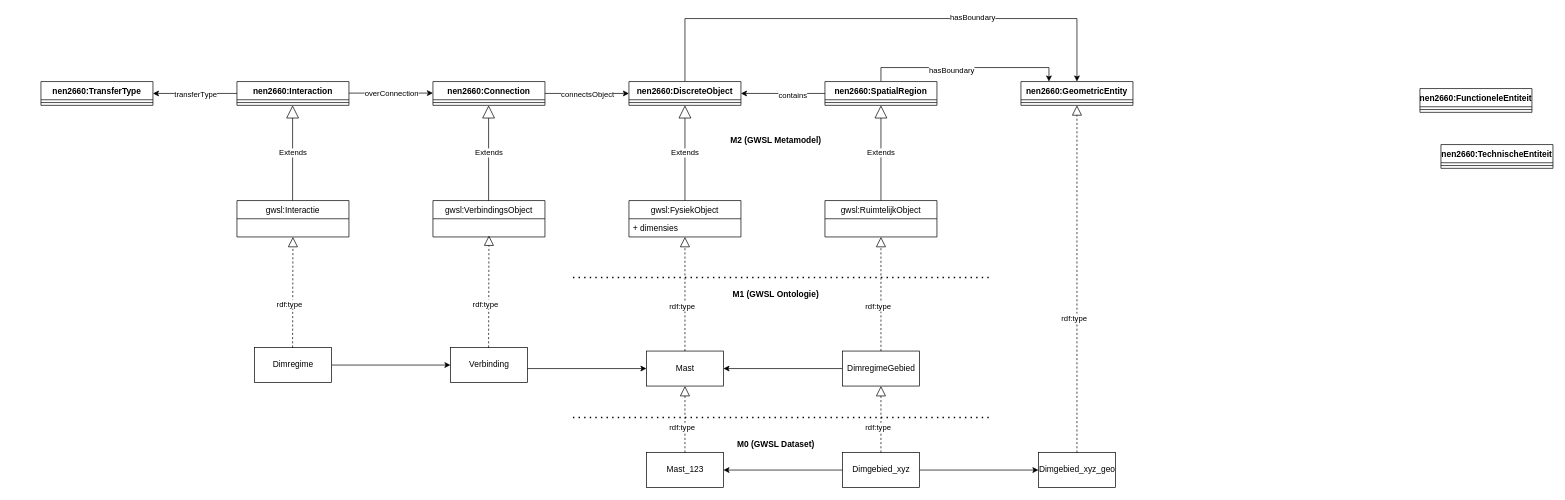
This is data/Werkgroep Modellering en Techniek/Model_GWSL.drawio from Stichting-CROW/gwsl, a draw.io file, before an edit. Source tidied: cells renumbered, new cells numbered last; positions are measured from the earlier drawing's top-left corner, leaving out a move shared by most shapes. Both pictures are drawn from the tidied source at 70%, with x=0, y=0 at pixel (41, 18).
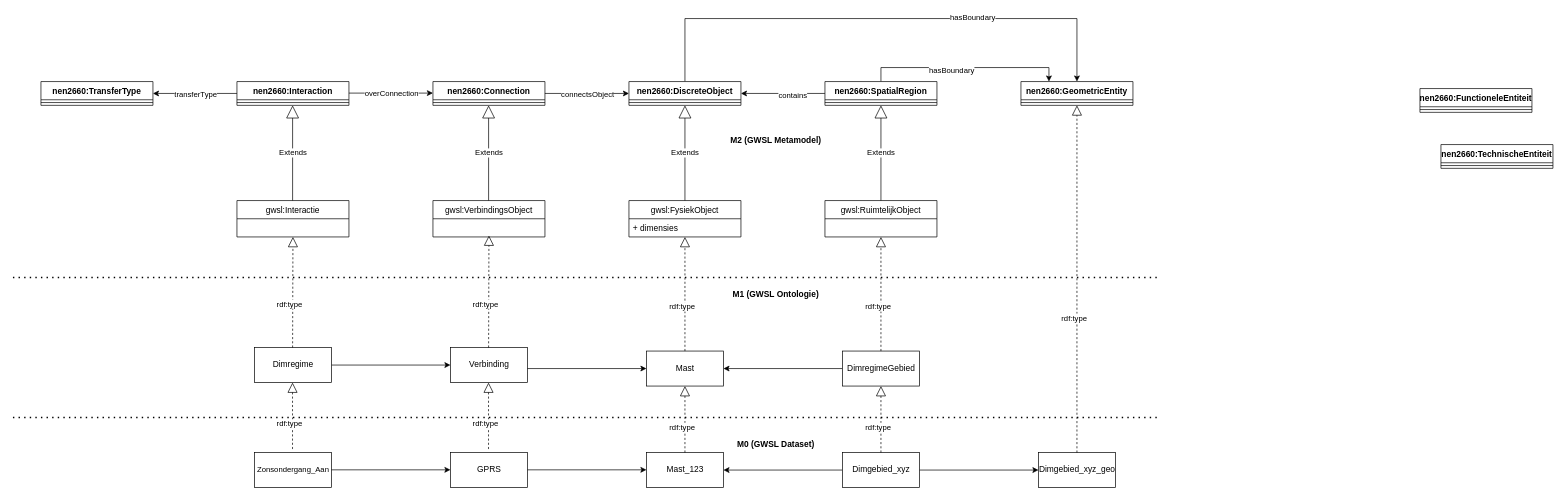
Above is the later version.

The edit, as a diff of the source:
```diff
@@
     <mxCell id="24" style="endArrow=none;dashed=1;html=1;dashPattern=1 3;strokeWidth=2;" parent="1" edge="1">
       <mxGeometry relative="1" as="geometry">
-        <mxPoint x="760" y="370" as="sourcePoint" />
-        <mxPoint x="1360" y="370" as="targetPoint" />
+        <mxPoint x="-40" y="370" as="sourcePoint" />
+        <mxPoint x="1600" y="370" as="targetPoint" />
       </mxGeometry>
     </mxCell>
     <mxCell id="25" style="endArrow=none;dashed=1;html=1;dashPattern=1 3;strokeWidth=2;" parent="1" edge="1">
       <mxGeometry relative="1" as="geometry">
-        <mxPoint x="760" y="570" as="sourcePoint" />
-        <mxPoint x="1360" y="570" as="targetPoint" />
+        <mxPoint x="-40" y="570" as="sourcePoint" />
+        <mxPoint x="1600" y="570" as="targetPoint" />
       </mxGeometry>
     </mxCell>
@@
+    <mxCell id="70" value="GPRS" style="html=1;" parent="1" vertex="1">
+      <mxGeometry x="585" y="620" width="110" height="50" as="geometry" />
+    </mxCell>
+    <mxCell id="71" style="endArrow=classic;html=1;entryX=0;entryY=0.5;entryDx=0;entryDy=0;" parent="1" edge="1">
+      <mxGeometry relative="1" as="geometry">
+        <mxPoint x="695" y="644.7" as="sourcePoint" />
+        <mxPoint x="865" y="644.7" as="targetPoint" />
+      </mxGeometry>
+    </mxCell>
+    <mxCell id="72" value="&lt;font style=&quot;font-size: 11px&quot;&gt;Zonsondergang_Aan&lt;/font&gt;" style="html=1;" parent="1" vertex="1">
+      <mxGeometry x="305" y="620" width="110" height="50" as="geometry" />
+    </mxCell>
+    <mxCell id="73" style="endArrow=block;dashed=1;endFill=0;endSize=12;html=1;entryX=0.5;entryY=1;entryDx=0;entryDy=0;exitX=0.5;exitY=0;exitDx=0;exitDy=0;" parent="1" edge="1">
+      <mxGeometry relative="1" as="geometry">
+        <mxPoint x="639.4" y="615" as="sourcePoint" />
+        <mxPoint x="639.4" y="520" as="targetPoint" />
+      </mxGeometry>
+    </mxCell>
+    <mxCell id="74" value="rdf:type" style="edgeLabel;html=1;align=center;verticalAlign=middle;" parent="73" vertex="1">
+      <mxGeometry x="-0.22" y="5" relative="1" as="geometry" />
+    </mxCell>
+    <mxCell id="75" style="endArrow=block;dashed=1;endFill=0;endSize=12;html=1;entryX=0.5;entryY=1;entryDx=0;entryDy=0;exitX=0.5;exitY=0;exitDx=0;exitDy=0;" parent="1" edge="1">
+      <mxGeometry relative="1" as="geometry">
+        <mxPoint x="359.4" y="615" as="sourcePoint" />
+        <mxPoint x="359.4" y="520" as="targetPoint" />
+      </mxGeometry>
+    </mxCell>
+    <mxCell id="76" value="rdf:type" style="edgeLabel;html=1;align=center;verticalAlign=middle;" parent="75" vertex="1">
+      <mxGeometry x="-0.22" y="5" relative="1" as="geometry" />
+    </mxCell>
+    <mxCell id="77" style="edgeStyle=orthogonalEdgeStyle;rounded=0;orthogonalLoop=1;jettySize=auto;html=1;exitX=1;exitY=0.5;exitDx=0;exitDy=0;entryX=0;entryY=0.5;entryDx=0;entryDy=0;" parent="1" edge="1">
+      <mxGeometry relative="1" as="geometry">
+        <mxPoint x="415" y="644.7" as="sourcePoint" />
+        <mxPoint x="585" y="644.7" as="targetPoint" />
+      </mxGeometry>
+    </mxCell>
```
